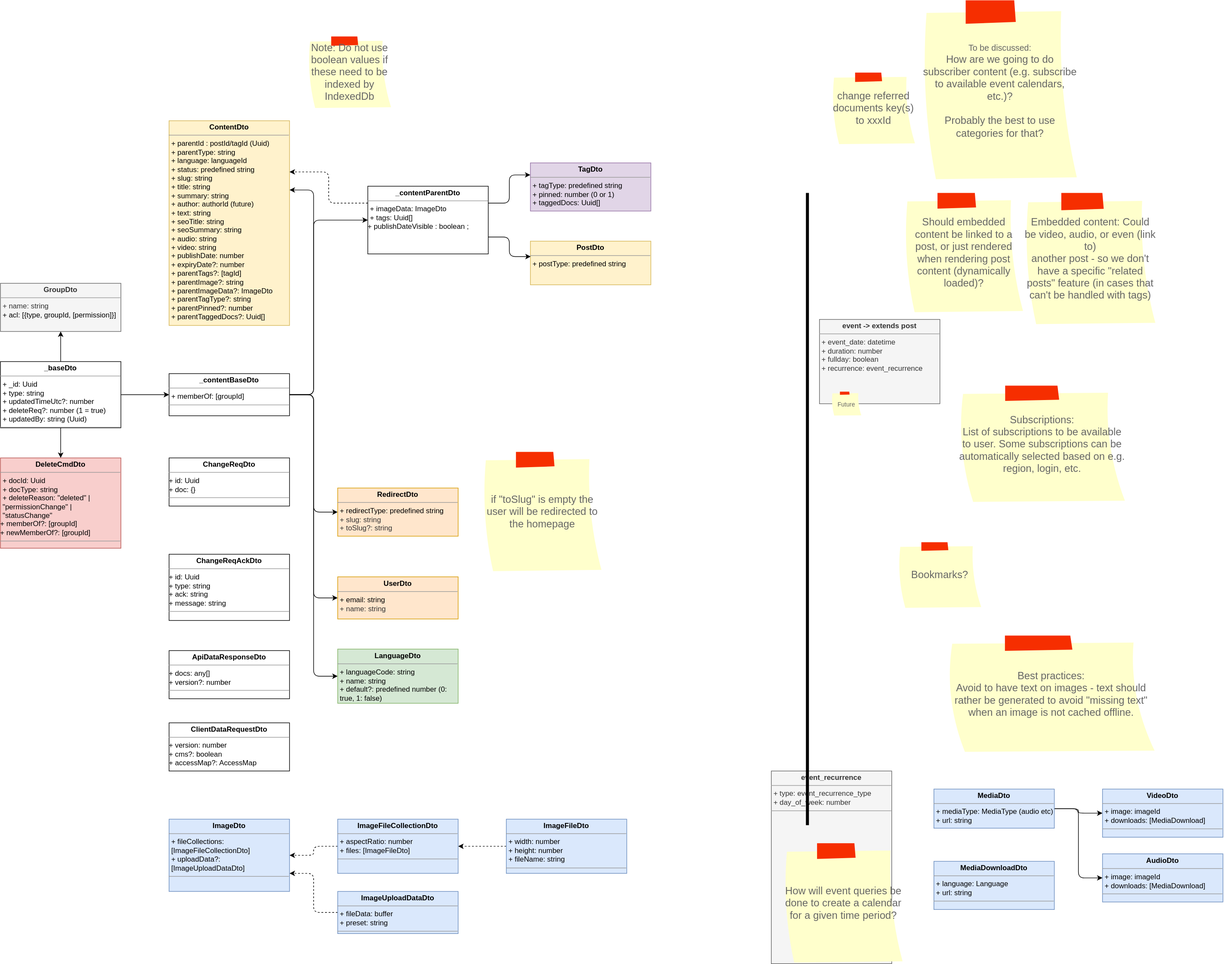
Before: docs/datamodel.drawio.svg, a diagram exported from draw.io (bccsa/luminary). Source tidied: cells renumbered, new cells last; positions are measured from the earlier drawing's top-left corner, leaving out a move shared by most shapes.
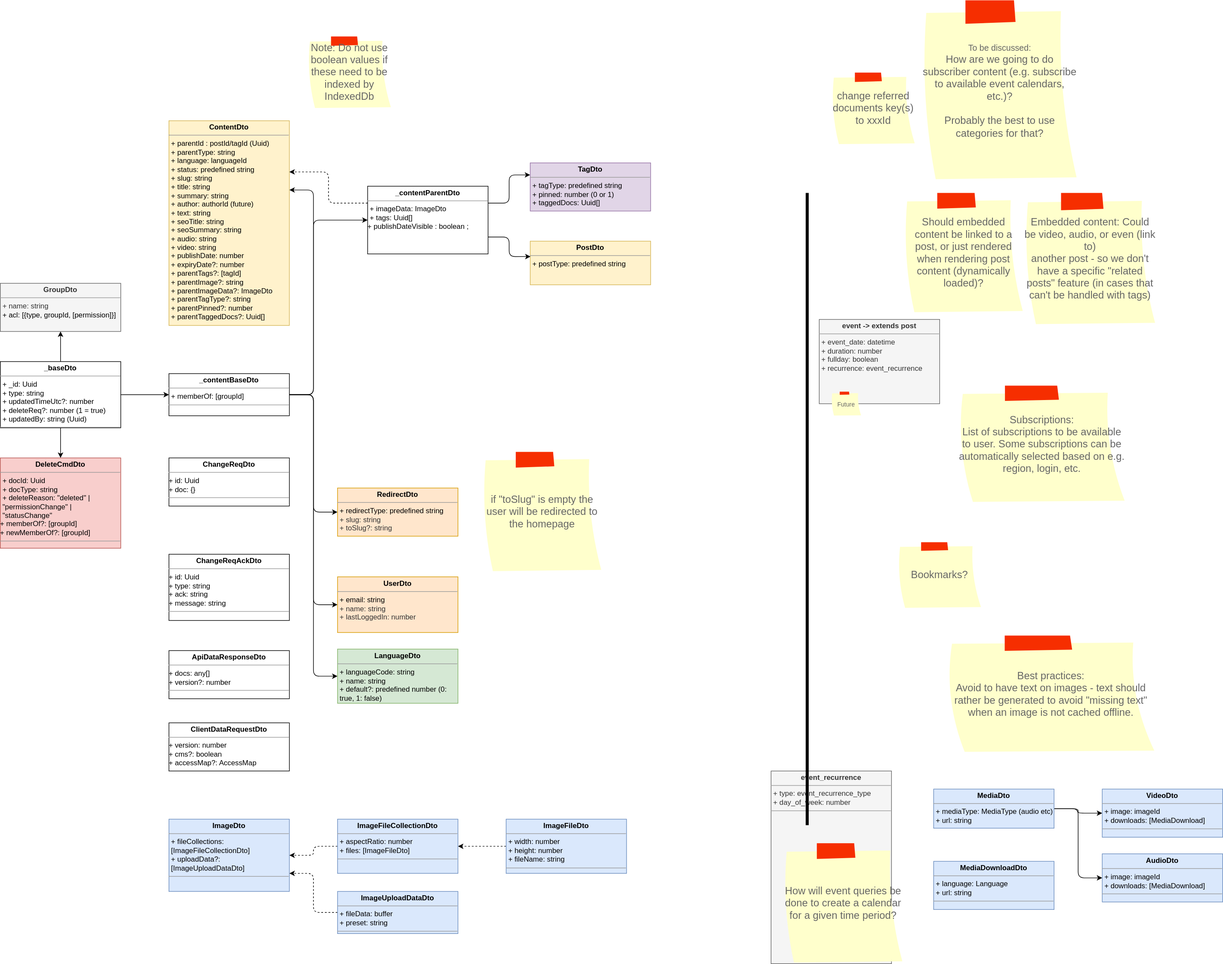
Above is the later version.

Change to the diagram source:
```diff
@@ -82,8 +82,8 @@
     <mxCell id="24" value="&lt;font style=&quot;font-size: 10px;&quot;&gt;Future&lt;/font&gt;" style="strokeWidth=1;shadow=0;dashed=0;align=center;html=1;shape=mxgraph.mockup.text.stickyNote2;fontColor=#666666;mainText=;fontSize=17;whiteSpace=wrap;fillColor=#ffffcc;strokeColor=#F62E00;" parent="1" vertex="1">
       <mxGeometry x="1380" y="650" width="50" height="40" as="geometry" />
     </mxCell>
-    <mxCell id="25" value="&lt;p style=&quot;margin:0px;margin-top:4px;text-align:center;&quot;&gt;&lt;b&gt;UserDto&lt;/b&gt;&lt;/p&gt;&lt;hr size=&quot;1&quot;&gt;&lt;p style=&quot;margin:0px;margin-left:4px;&quot;&gt;&lt;span style=&quot;background-color: initial;&quot;&gt;+ email: string&lt;/span&gt;&lt;/p&gt;&lt;p style=&quot;margin:0px;margin-left:4px;&quot;&gt;&lt;span style=&quot;color: rgb(51, 51, 51);&quot;&gt;+ name: string&lt;/span&gt;&lt;span style=&quot;background-color: initial;&quot;&gt;&lt;br&gt;&lt;/span&gt;&lt;/p&gt;" style="verticalAlign=top;align=left;overflow=fill;fontSize=12;fontFamily=Helvetica;html=1;whiteSpace=wrap;fillColor=#ffe6cc;strokeColor=#d79b00;" parent="1" vertex="1">
-      <mxGeometry x="560" y="957.5" width="200" height="70" as="geometry" />
+    <mxCell id="25" value="&lt;p style=&quot;margin:0px;margin-top:4px;text-align:center;&quot;&gt;&lt;b&gt;UserDto&lt;/b&gt;&lt;/p&gt;&lt;hr size=&quot;1&quot;&gt;&lt;p style=&quot;margin:0px;margin-left:4px;&quot;&gt;&lt;span style=&quot;background-color: initial;&quot;&gt;+ email: string&lt;/span&gt;&lt;/p&gt;&lt;p style=&quot;margin:0px;margin-left:4px;&quot;&gt;&lt;span style=&quot;color: rgb(51, 51, 51);&quot;&gt;+ name: string&lt;/span&gt;&lt;span style=&quot;background-color: initial;&quot;&gt;&lt;br&gt;&lt;/span&gt;&lt;/p&gt;&lt;p style=&quot;margin:0px;margin-left:4px;&quot;&gt;&lt;span style=&quot;color: rgb(51, 51, 51);&quot;&gt;+ lastLoggedIn: number&lt;/span&gt;&lt;/p&gt;" style="verticalAlign=top;align=left;overflow=fill;fontSize=12;fontFamily=Helvetica;html=1;whiteSpace=wrap;fillColor=#ffe6cc;strokeColor=#d79b00;" parent="1" vertex="1">
+      <mxGeometry x="560" y="957.5" width="200" height="92.5" as="geometry" />
     </mxCell>
     <mxCell id="26" value="&lt;p style=&quot;margin:0px;margin-top:4px;text-align:center;&quot;&gt;&lt;b&gt;GroupDto&lt;/b&gt;&lt;/p&gt;&lt;hr size=&quot;1&quot;&gt;&lt;p style=&quot;margin:0px;margin-left:4px;&quot;&gt;+ name: string&lt;/p&gt;&lt;p style=&quot;margin:0px;margin-left:4px;&quot;&gt;&lt;span style=&quot;color: rgb(0, 0, 0);&quot;&gt;+ acl: [{type, groupId, [permission]}]&lt;/span&gt;&lt;/p&gt;&lt;span style=&quot;color: rgb(0, 0, 0);&quot;&gt;&lt;br&gt;&lt;/span&gt;" style="verticalAlign=top;align=left;overflow=fill;fontSize=12;fontFamily=Helvetica;html=1;whiteSpace=wrap;fillColor=#f5f5f5;fontColor=#333333;strokeColor=#666666;" parent="1" vertex="1">
       <mxGeometry y="470" width="200" height="80" as="geometry" />
```
